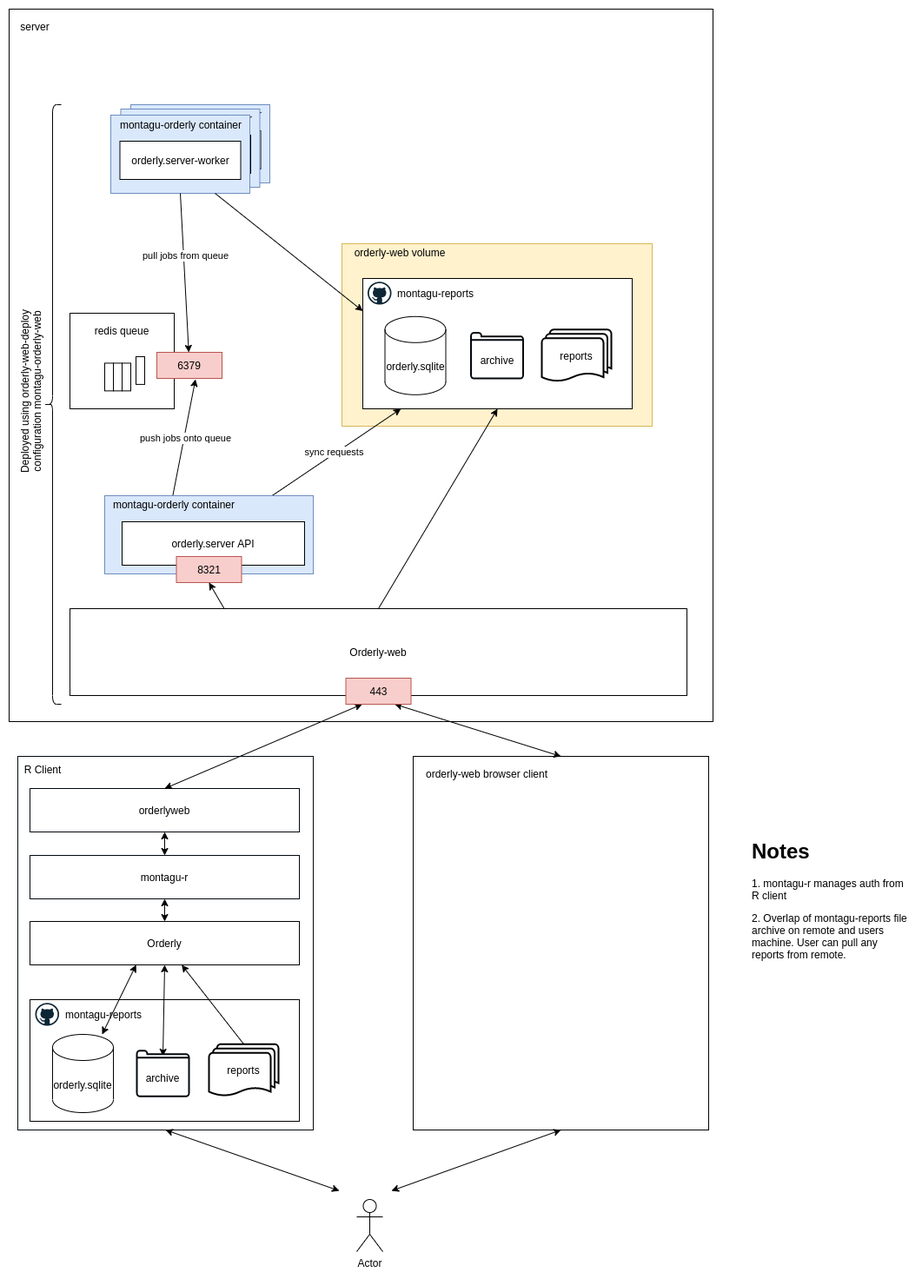
Before: diagrams/orderly-architecture.png, a diagram exported from draw.io (vimc/orderly-web-deploy). Source tidied: cells renumbered, new cells last; positions are measured from the earlier drawing's top-left corner, leaving out a move shared by most shapes.
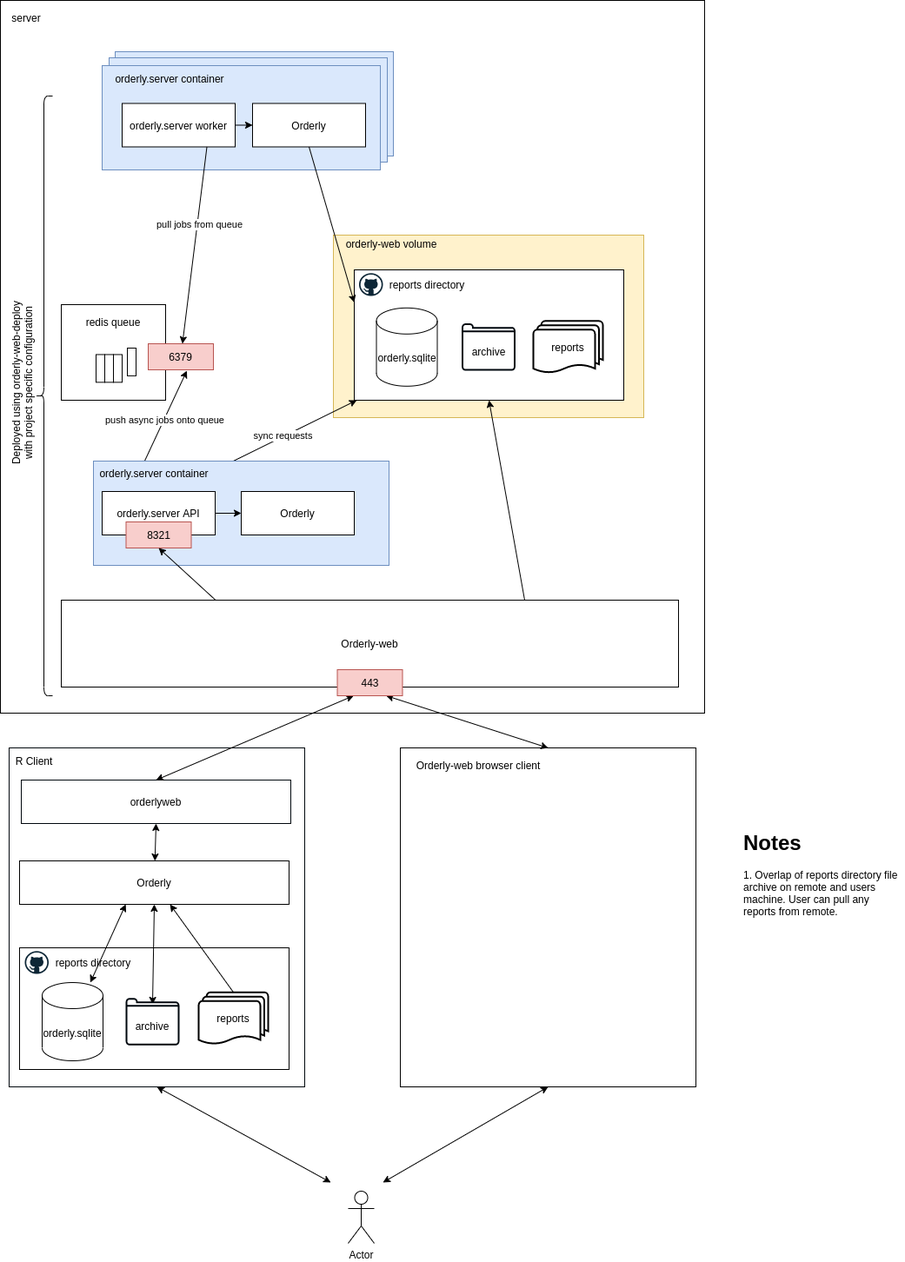
Above is the later version.

Commit message:
Iterate diagram and add supporting md

Change to the diagram source:
```diff
@@ -5,29 +5,29 @@
     <mxCell id="2" style="rounded=0;whiteSpace=wrap;html=1;" parent="1" vertex="1">
       <mxGeometry x="80" width="810" height="820" as="geometry" />
     </mxCell>
+    <mxCell id="82" style="rounded=0;whiteSpace=wrap;html=1;fillColor=#dae8fc;strokeColor=#6c8ebf;" parent="1" vertex="1">
+      <mxGeometry x="212" y="59" width="320" height="120" as="geometry" />
+    </mxCell>
     <mxCell id="3" style="group;" parent="1" vertex="1">
       <mxGeometry x="84" y="860" width="346" height="430" as="geometry" />
     </mxCell>
     <mxCell id="4" style="rounded=0;whiteSpace=wrap;html=1;strokeColor=#00070D;" parent="3" vertex="1">
-      <mxGeometry x="6" width="340" height="430" as="geometry" />
+      <mxGeometry x="6" width="340" height="390" as="geometry" />
     </mxCell>
     <mxCell id="5" value="Orderly" style="rounded=0;whiteSpace=wrap;html=1;" parent="3" vertex="1">
-      <mxGeometry x="20" y="190" width="310" height="50" as="geometry" />
+      <mxGeometry x="18" y="130" width="310" height="50" as="geometry" />
     </mxCell>
     <mxCell id="6" style="rounded=0;whiteSpace=wrap;html=1;" parent="3" vertex="1">
-      <mxGeometry x="20" y="280" width="310" height="140" as="geometry" />
+      <mxGeometry x="18" y="230" width="310" height="140" as="geometry" />
     </mxCell>
     <mxCell id="7" value="orderly.sqlite&lt;br&gt;" style="shape=cylinder3;whiteSpace=wrap;html=1;boundedLbl=1;backgroundOutline=1;size=15;" parent="3" vertex="1">
-      <mxGeometry x="46" y="320" width="70" height="90" as="geometry" />
+      <mxGeometry x="44" y="270" width="70" height="90" as="geometry" />
     </mxCell>
-    <mxCell id="8" value="montagu-r" style="rounded=0;whiteSpace=wrap;html=1;strokeColor=#00070D;" parent="3" vertex="1">
-      <mxGeometry x="20" y="114" width="310" height="50" as="geometry" />
-    </mxCell>
     <mxCell id="9" value="orderlyweb" style="rounded=0;whiteSpace=wrap;html=1;strokeColor=#00070D;" parent="3" vertex="1">
       <mxGeometry x="20" y="37" width="310" height="50" as="geometry" />
     </mxCell>
     <mxCell id="10" value="reports" style="strokeWidth=2;html=1;shape=mxgraph.flowchart.multi-document;whiteSpace=wrap;" parent="3" vertex="1">
-      <mxGeometry x="226" y="331.2" width="80" height="60" as="geometry" />
+      <mxGeometry x="224" y="281.2" width="80" height="60" as="geometry" />
     </mxCell>
     <mxCell id="11" value="R Client" style="text;html=1;strokeColor=none;fillColor=none;align=center;verticalAlign=middle;whiteSpace=wrap;rounded=0;" parent="3" vertex="1">
       <mxGeometry y="5" width="70" height="20" as="geometry" />
@@ -41,16 +41,13 @@
     <mxCell id="14" style="endArrow=classic;startArrow=classic;html=1;entryX=0.394;entryY=1;entryDx=0;entryDy=0;entryPerimeter=0;" parent="3" edge="1" source="7" target="5">
       <mxGeometry relative="1" as="geometry" />
     </mxCell>
-    <mxCell id="15" style="endArrow=classic;startArrow=classic;html=1;entryX=0.5;entryY=1;entryDx=0;entryDy=0;" parent="3" edge="1" source="5" target="8">
+    <mxCell id="15" style="endArrow=classic;startArrow=classic;html=1;entryX=0.5;entryY=1;entryDx=0;entryDy=0;" parent="3" edge="1" source="5" target="9">
       <mxGeometry relative="1" as="geometry" />
     </mxCell>
-    <mxCell id="16" style="endArrow=classic;startArrow=classic;html=1;entryX=0.5;entryY=1;entryDx=0;entryDy=0;" parent="3" edge="1" source="8" target="9">
-      <mxGeometry relative="1" as="geometry" />
-    </mxCell>
     <mxCell id="17" style="group;" parent="3" vertex="1">
-      <mxGeometry x="26" y="283.8" width="133.5" height="26.2" as="geometry" />
+      <mxGeometry x="24" y="233.8" width="133.5" height="26.2" as="geometry" />
     </mxCell>
-    <mxCell id="18" value="montagu-reports" style="text;html=1;strokeColor=none;fillColor=none;align=center;verticalAlign=middle;whiteSpace=wrap;rounded=0;" parent="17" vertex="1">
+    <mxCell id="18" value="reports directory" style="text;html=1;strokeColor=none;fillColor=none;align=center;verticalAlign=middle;whiteSpace=wrap;rounded=0;" parent="17" vertex="1">
       <mxGeometry x="23.5" y="3.1" width="110" height="20" as="geometry" />
     </mxCell>
     <mxCell id="19" style="dashed=0;html=1;align=center;labelPosition=center;verticalLabelPosition=bottom;verticalAlign=top;shape=mxgraph.weblogos.github;fillColor=#ffffff;" parent="17" vertex="1">
@@ -60,15 +57,15 @@
       <mxGeometry x="143" y="338.8" width="60" height="52.4" as="geometry" />
     </mxCell>
     <mxCell id="21" style="html=1;verticalLabelPosition=bottom;align=center;labelBackgroundColor=#ffffff;verticalAlign=top;strokeWidth=2;shadow=0;dashed=0;shape=mxgraph.ios7.icons.folder;strokeColor=#00070D;" parent="20" vertex="1">
-      <mxGeometry width="60" height="52.4" as="geometry" />
+      <mxGeometry x="-2" y="-50" width="60" height="52.4" as="geometry" />
     </mxCell>
     <mxCell id="22" value="archive" style="text;html=1;strokeColor=none;fillColor=none;align=center;verticalAlign=middle;whiteSpace=wrap;rounded=0;" parent="20" vertex="1">
-      <mxGeometry x="5" y="21.2" width="50" height="20" as="geometry" />
+      <mxGeometry x="3" y="-28.8" width="50" height="20" as="geometry" />
     </mxCell>
     <mxCell id="23" style="rounded=0;whiteSpace=wrap;html=1;" parent="1" vertex="1">
-      <mxGeometry x="545" y="860" width="340" height="430" as="geometry" />
+      <mxGeometry x="540" y="860" width="340" height="390" as="geometry" />
     </mxCell>
-    <mxCell id="24" value="orderly-web browser client" style="text;html=1;strokeColor=none;fillColor=none;align=center;verticalAlign=middle;whiteSpace=wrap;rounded=0;" parent="1" vertex="1">
+    <mxCell id="24" value="Orderly-web browser client" style="text;html=1;strokeColor=none;fillColor=none;align=center;verticalAlign=middle;whiteSpace=wrap;rounded=0;" parent="1" vertex="1">
       <mxGeometry x="545" y="870" width="170" height="20" as="geometry" />
     </mxCell>
     <mxCell id="25" value="server" style="text;html=1;strokeColor=none;fillColor=none;align=center;verticalAlign=middle;whiteSpace=wrap;rounded=0;" parent="1" vertex="1">
@@ -98,7 +95,7 @@
     <mxCell id="33" value="orderly.sqlite&lt;br&gt;" style="shape=cylinder3;whiteSpace=wrap;html=1;boundedLbl=1;backgroundOutline=1;size=15;" parent="30" vertex="1">
       <mxGeometry x="32.5" y="43.8" width="70" height="90" as="geometry" />
     </mxCell>
-    <mxCell id="34" value="montagu-reports" style="text;html=1;strokeColor=none;fillColor=none;align=center;verticalAlign=middle;whiteSpace=wrap;rounded=0;" parent="30" vertex="1">
+    <mxCell id="34" value="reports directory" style="text;html=1;strokeColor=none;fillColor=none;align=center;verticalAlign=middle;whiteSpace=wrap;rounded=0;" parent="30" vertex="1">
       <mxGeometry x="36" y="6.9" width="110" height="20" as="geometry" />
     </mxCell>
     <mxCell id="35" value="reports" style="strokeWidth=2;html=1;shape=mxgraph.flowchart.multi-document;whiteSpace=wrap;" parent="30" vertex="1">
@@ -128,13 +125,13 @@
     <mxCell id="43" style="endArrow=classic;html=1;exitX=0.25;exitY=0;exitDx=0;exitDy=0;entryX=0.593;entryY=1.033;entryDx=0;entryDy=0;entryPerimeter=0;" parent="1" edge="1" source="77" target="80">
       <mxGeometry relative="1" as="geometry" />
     </mxCell>
-    <mxCell id="44" value="push jobs onto queue" style="edgeLabel;html=1;align=center;verticalAlign=middle;" parent="43" vertex="1">
+    <mxCell id="44" value="push async jobs onto queue" style="edgeLabel;html=1;align=center;verticalAlign=middle;" parent="43" vertex="1">
       <mxGeometry x="0.18" y="-1" relative="1" as="geometry" />
     </mxCell>
     <mxCell id="45" style="shape=curlyBracket;whiteSpace=wrap;html=1;rounded=1;" parent="1" vertex="1">
       <mxGeometry x="120" y="110" width="20" height="690" as="geometry" />
     </mxCell>
-    <mxCell id="46" value="Deployed using orderly-web-deploy&lt;br&gt;configuration montagu-orderly-web" style="text;html=1;strokeColor=none;fillColor=none;align=center;verticalAlign=middle;whiteSpace=wrap;rounded=0;direction=east;rotation=-90;" parent="1" vertex="1">
+    <mxCell id="46" value="Deployed using orderly-web-deploy&lt;br&gt;with project specific configuration" style="text;html=1;strokeColor=none;fillColor=none;align=center;verticalAlign=middle;whiteSpace=wrap;rounded=0;direction=east;rotation=-90;" parent="1" vertex="1">
       <mxGeometry y="430" width="210" height="20" as="geometry" />
     </mxCell>
     <mxCell id="47" value="Actor" style="shape=umlActor;verticalLabelPosition=bottom;verticalAlign=top;html=1;" parent="1" vertex="1">
@@ -151,41 +148,35 @@
       </mxGeometry>
     </mxCell>
     <mxCell id="50" style="group;" parent="1" vertex="1">
-      <mxGeometry x="220" y="110" width="171.5" height="102" as="geometry" />
+      <mxGeometry x="220" y="110" width="310" height="102" as="geometry" />
     </mxCell>
-    <mxCell id="51" style="rounded=0;whiteSpace=wrap;html=1;fillColor=#dae8fc;strokeColor=#6c8ebf;" parent="50" vertex="1">
-      <mxGeometry width="160" height="90" as="geometry" />
-    </mxCell>
-    <mxCell id="52" value="orderly.server-worker" style="rounded=0;whiteSpace=wrap;html=1;" parent="50" vertex="1">
-      <mxGeometry x="10.5" y="30" width="139" height="44" as="geometry" />
-    </mxCell>
-    <mxCell id="53" value="montagu-orderly container" style="text;html=1;strokeColor=none;fillColor=none;align=center;verticalAlign=middle;whiteSpace=wrap;rounded=0;" parent="50" vertex="1">
-      <mxGeometry x="1" y="1" width="160" height="20" as="geometry" />
-    </mxCell>
     <mxCell id="54" style="group;" parent="50" vertex="1">
-      <mxGeometry x="-11.5" y="5" width="161" height="97" as="geometry" />
+      <mxGeometry x="-11.5" y="5" width="321.5" height="97" as="geometry" />
     </mxCell>
-    <mxCell id="55" style="rounded=0;whiteSpace=wrap;html=1;fillColor=#dae8fc;strokeColor=#6c8ebf;" parent="54" vertex="1">
-      <mxGeometry width="160" height="90" as="geometry" />
-    </mxCell>
     <mxCell id="56" value="orderly.server-worker" style="rounded=0;whiteSpace=wrap;html=1;" parent="54" vertex="1">
       <mxGeometry x="10.5" y="30" width="139" height="44" as="geometry" />
     </mxCell>
-    <mxCell id="57" value="montagu-orderly container" style="text;html=1;strokeColor=none;fillColor=none;align=center;verticalAlign=middle;whiteSpace=wrap;rounded=0;" parent="54" vertex="1">
-      <mxGeometry x="1" y="1" width="160" height="20" as="geometry" />
-    </mxCell>
     <mxCell id="58" style="group;" parent="54" vertex="1">
-      <mxGeometry x="-11.5" y="7" width="161" height="90" as="geometry" />
+      <mxGeometry x="-11.5" y="-40" width="333" height="137" as="geometry" />
     </mxCell>
+    <mxCell id="83" style="rounded=0;whiteSpace=wrap;html=1;fillColor=#dae8fc;strokeColor=#6c8ebf;" parent="58" vertex="1">
+      <mxGeometry x="8" y="-9" width="320" height="120" as="geometry" />
+    </mxCell>
     <mxCell id="59" style="rounded=0;whiteSpace=wrap;html=1;fillColor=#dae8fc;strokeColor=#6c8ebf;" parent="58" vertex="1">
-      <mxGeometry width="160" height="90" as="geometry" />
+      <mxGeometry width="320" height="120" as="geometry" />
     </mxCell>
-    <mxCell id="60" value="orderly.server-worker" style="rounded=0;whiteSpace=wrap;html=1;" parent="58" vertex="1">
-      <mxGeometry x="10.5" y="30" width="139" height="44" as="geometry" />
-    </mxCell>
-    <mxCell id="61" value="montagu-orderly container" style="text;html=1;strokeColor=none;fillColor=none;align=center;verticalAlign=middle;whiteSpace=wrap;rounded=0;" parent="58" vertex="1">
-      <mxGeometry x="1" y="1" width="160" height="20" as="geometry" />
+    <mxCell id="61" value="orderly.server container" style="text;html=1;strokeColor=none;fillColor=none;align=center;verticalAlign=middle;whiteSpace=wrap;rounded=0;" parent="58" vertex="1">
+      <mxGeometry x="-67" width="289.7" height="30.4" as="geometry" />
     </mxCell>
+    <mxCell id="84" value="Orderly" style="rounded=0;whiteSpace=wrap;html=1;" parent="58" vertex="1">
+      <mxGeometry x="173" y="43.5" width="130" height="50" as="geometry" />
+    </mxCell>
+    <mxCell id="85" value="orderly.server worker" style="rounded=0;whiteSpace=wrap;html=1;" parent="58" vertex="1">
+      <mxGeometry x="23" y="43.5" width="130" height="50" as="geometry" />
+    </mxCell>
+    <mxCell id="86" style="endArrow=classic;html=1;exitX=1;exitY=0.5;exitDx=0;exitDy=0;entryX=0;entryY=0.5;entryDx=0;entryDy=0;" parent="58" edge="1" source="85" target="84">
+      <mxGeometry relative="1" as="geometry" />
+    </mxCell>
     <mxCell id="62" style="group;" parent="1" vertex="1">
       <mxGeometry x="150" y="350" width="120" height="110" as="geometry" />
     </mxCell>
@@ -204,47 +195,55 @@
     <mxCell id="67" style="rounded=0;whiteSpace=wrap;html=1;" parent="62" vertex="1">
       <mxGeometry x="76" y="50" width="10" height="31.9" as="geometry" />
     </mxCell>
-    <mxCell id="68" style="endArrow=classic;html=1;exitX=0.5;exitY=1;exitDx=0;exitDy=0;" parent="1" edge="1" source="59" target="80">
+    <mxCell id="68" style="endArrow=classic;html=1;exitX=0.75;exitY=1;exitDx=0;exitDy=0;" parent="1" edge="1" source="85" target="80">
       <mxGeometry relative="1" as="geometry" />
     </mxCell>
     <mxCell id="69" value="pull jobs from queue" style="edgeLabel;html=1;align=center;verticalAlign=middle;" parent="68" vertex="1">
       <mxGeometry x="-0.22" y="2" relative="1" as="geometry" />
     </mxCell>
-    <mxCell id="70" value="&lt;h1&gt;Notes&lt;/h1&gt;&lt;p&gt;1. montagu-r manages auth from R client&lt;/p&gt;&lt;p&gt;2. Overlap of montagu-reports file archive on remote and users machine. User can pull any reports from remote.&lt;/p&gt;" style="text;html=1;strokeColor=none;fillColor=none;spacing=5;spacingTop=-20;whiteSpace=wrap;overflow=hidden;rounded=0;" parent="1" vertex="1">
+    <mxCell id="70" value="&lt;h1&gt;Notes&lt;/h1&gt;&lt;p&gt;&lt;span&gt;1. Overlap of reports directory file archive on remote and users machine. User can pull any reports from remote.&lt;/span&gt;&lt;br&gt;&lt;/p&gt;" style="text;html=1;strokeColor=none;fillColor=none;spacing=5;spacingTop=-20;whiteSpace=wrap;overflow=hidden;rounded=0;" parent="1" vertex="1">
       <mxGeometry x="930" y="950" width="190" height="200" as="geometry" />
     </mxCell>
     <mxCell id="71" value="443" style="rounded=0;whiteSpace=wrap;html=1;fillColor=#f8cecc;strokeColor=#b85450;" parent="1" vertex="1">
       <mxGeometry x="467.5" y="770" width="75" height="30" as="geometry" />
     </mxCell>
-    <mxCell id="72" style="endArrow=classic;html=1;exitX=0.25;exitY=0;exitDx=0;exitDy=0;entryX=0.5;entryY=1;entryDx=0;entryDy=0;" parent="1" edge="1" source="26" target="79">
-      <mxGeometry relative="1" as="geometry" />
-    </mxCell>
-    <mxCell id="73" style="endArrow=classic;html=1;exitX=0.5;exitY=0;exitDx=0;exitDy=0;entryX=0.5;entryY=1;entryDx=0;entryDy=0;" parent="1" edge="1" source="26" target="32">
-      <mxGeometry relative="1" as="geometry" />
+    <mxCell id="73" style="endArrow=classic;html=1;entryX=0.5;entryY=1;entryDx=0;entryDy=0;" parent="1" edge="1" target="32">
+      <mxGeometry relative="1" as="geometry">
+        <mxPoint x="683" y="690" as="sourcePoint" />
+      </mxGeometry>
     </mxCell>
     <mxCell id="74" style="group;" parent="1" vertex="1">
-      <mxGeometry x="190" y="560" width="240" height="100" as="geometry" />
+      <mxGeometry x="187" y="560" width="340" height="100" as="geometry" />
     </mxCell>
     <mxCell id="75" style="group;" parent="74" vertex="1">
-      <mxGeometry width="240" height="90" as="geometry" />
+      <mxGeometry width="340" height="90" as="geometry" />
     </mxCell>
     <mxCell id="76" style="rounded=0;whiteSpace=wrap;html=1;fillColor=#dae8fc;strokeColor=#6c8ebf;" parent="75" vertex="1">
-      <mxGeometry width="240" height="90" as="geometry" />
+      <mxGeometry y="-30" width="340" height="120" as="geometry" />
     </mxCell>
     <mxCell id="77" value="orderly.server API" style="rounded=0;whiteSpace=wrap;html=1;" parent="75" vertex="1">
-      <mxGeometry x="20" y="30" width="210" height="50" as="geometry" />
+      <mxGeometry x="10" y="5" width="130" height="50" as="geometry" />
     </mxCell>
+    <mxCell id="87" value="Orderly" style="rounded=0;whiteSpace=wrap;html=1;" parent="75" vertex="1">
+      <mxGeometry x="170" y="5" width="130" height="50" as="geometry" />
+    </mxCell>
+    <mxCell id="79" value="8321" style="rounded=0;whiteSpace=wrap;html=1;fillColor=#f8cecc;strokeColor=#b85450;" parent="75" vertex="1">
+      <mxGeometry x="37.5" y="40" width="75" height="30" as="geometry" />
+    </mxCell>
-    <mxCell id="78" value="montagu-orderly container" style="text;html=1;strokeColor=none;fillColor=none;align=center;verticalAlign=middle;whiteSpace=wrap;rounded=0;" parent="75" vertex="1">
-      <mxGeometry width="160" height="20" as="geometry" />
+    <mxCell id="78" value="orderly.server container" style="text;html=1;strokeColor=none;fillColor=none;align=center;verticalAlign=middle;whiteSpace=wrap;rounded=0;" parent="75" vertex="1">
+      <mxGeometry x="-10" y="-26" width="160" height="20" as="geometry" />
     </mxCell>
-    <mxCell id="79" value="8321" style="rounded=0;whiteSpace=wrap;html=1;fillColor=#f8cecc;strokeColor=#b85450;" parent="74" vertex="1">
-      <mxGeometry x="82.5" y="70" width="75" height="30" as="geometry" />
-    </mxCell>
+    <mxCell id="88" style="endArrow=classic;html=1;exitX=1;exitY=0.5;exitDx=0;exitDy=0;" parent="75" edge="1" source="77" target="87">
+      <mxGeometry relative="1" as="geometry" />
+    </mxCell>
     <mxCell id="80" value="6379" style="rounded=0;whiteSpace=wrap;html=1;fillColor=#f8cecc;strokeColor=#b85450;" parent="1" vertex="1">
       <mxGeometry x="250" y="395" width="75" height="30" as="geometry" />
     </mxCell>
-    <mxCell id="81" style="endArrow=classic;html=1;exitX=0.75;exitY=1;exitDx=0;exitDy=0;entryX=0;entryY=0.25;entryDx=0;entryDy=0;" parent="1" edge="1" source="59" target="32">
+    <mxCell id="81" style="endArrow=classic;html=1;exitX=0.5;exitY=1;exitDx=0;exitDy=0;entryX=0;entryY=0.25;entryDx=0;entryDy=0;" parent="1" edge="1" source="84" target="32">
       <mxGeometry relative="1" as="geometry" />
     </mxCell>
+    <mxCell id="72" style="endArrow=classic;html=1;exitX=0.25;exitY=0;exitDx=0;exitDy=0;entryX=0.5;entryY=1;entryDx=0;entryDy=0;" parent="1" edge="1" source="26" target="79">
+      <mxGeometry relative="1" as="geometry" />
+    </mxCell>
   </root>
 </mxGraphModel>
```
